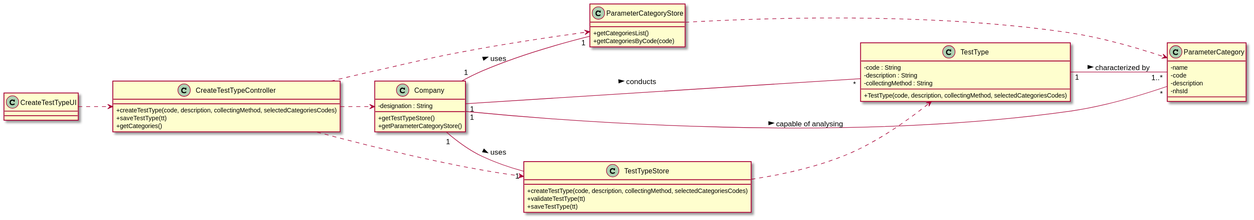
ana-albergaria/LAPR2-ISEP keeps this PlantUML diagram as docs/SprintB/US_9/US9_CD.svg. Above is the earlier version. Its diagram source:
```plantuml
@startuml
skinparam classAttributeIconSize 0
left to right direction
class CreateTestTypeUI{
}

class CreateTestTypeController{
+createTestType(code, description, collectingMethod, selectedCategoriesCodes)
+saveTestType(tt)
+getCategories()
}

class TestType {
- code : String
- description : String
- collectingMethod : String
+TestType(code, description, collectingMethod, selectedCategoriesCodes)
}

class ParameterCategoryStore {
+getCategoriesList()
+getCategoriesByCode(code)
}

class ParameterCategory{
- name
- code
- description
- nhsId
}

class Company {
-designation : String
+getTestTypeStore()
+getParameterCategoryStore()
}

class TestTypeStore {
+createTestType(code, description, collectingMethod, selectedCategoriesCodes)
+validateTestType(tt)
+saveTestType(tt)
}


CreateTestTypeUI ..> CreateTestTypeController
CreateTestTypeController ..> Company
CreateTestTypeController ..> ParameterCategoryStore
CreateTestTypeController ..> TestTypeStore
TestTypeStore ..> TestType
ParameterCategoryStore ..> ParameterCategory
Company "1" -- "1" ParameterCategoryStore : uses >
Company "1" -- "1" TestTypeStore : uses >
TestType "1" -- "1..*" ParameterCategory : characterized by >
Company "1" -- "*" TestType : conducts >
Company "1" -- "*" ParameterCategory : capable of analysing >





@enduml
```
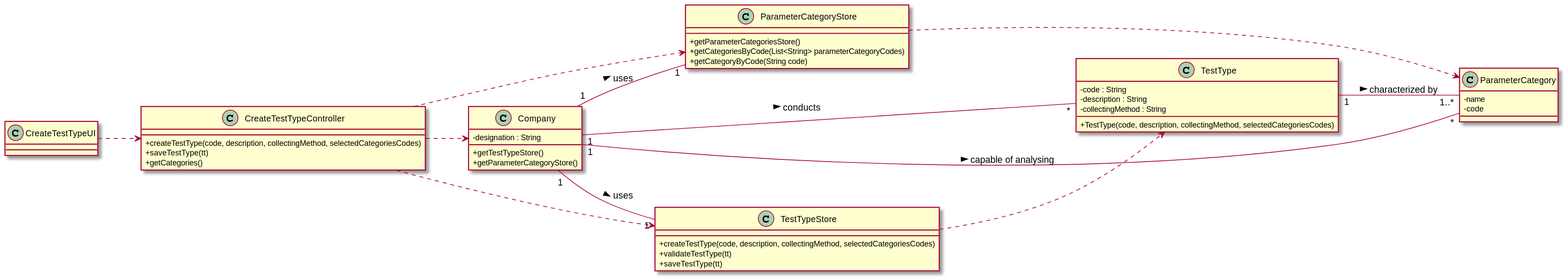
Later version of the same file.

The edit, as a diff of the source:
```diff
@@ -18,15 +18,14 @@
 }
 
 class ParameterCategoryStore {
-+getCategoriesList()
-+getCategoriesByCode(code)
++getParameterCategoriesStore()
++getCategoriesByCode(List<String> parameterCategoryCodes)
++getCategoryByCode(String code)
 }
 
 class ParameterCategory{
 - name
 - code
-- description
-- nhsId
 }
 
 class Company {
```
